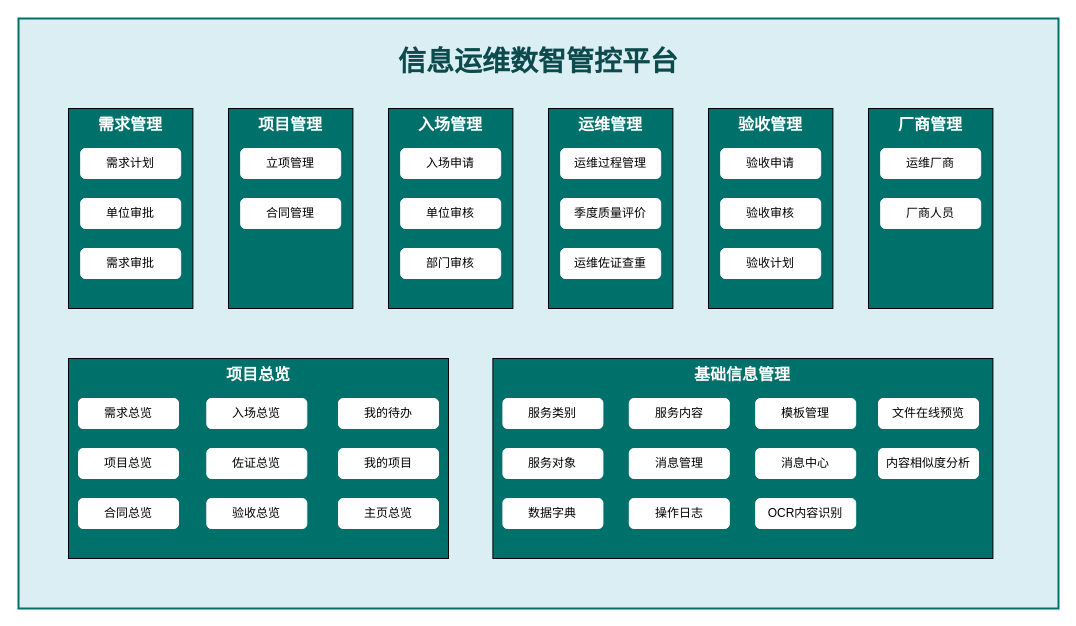
The draw.io diagram 信息运维应用架构.drawio in diaosinanshen/draw, before the edit. Source tidied: cells renumbered, new cells numbered last; positions are measured from the earlier drawing's top-left corner, leaving out a move shared by most shapes. Both pictures are drawn from the tidied source at 100%, with x=0, y=0 at pixel (18, 18).
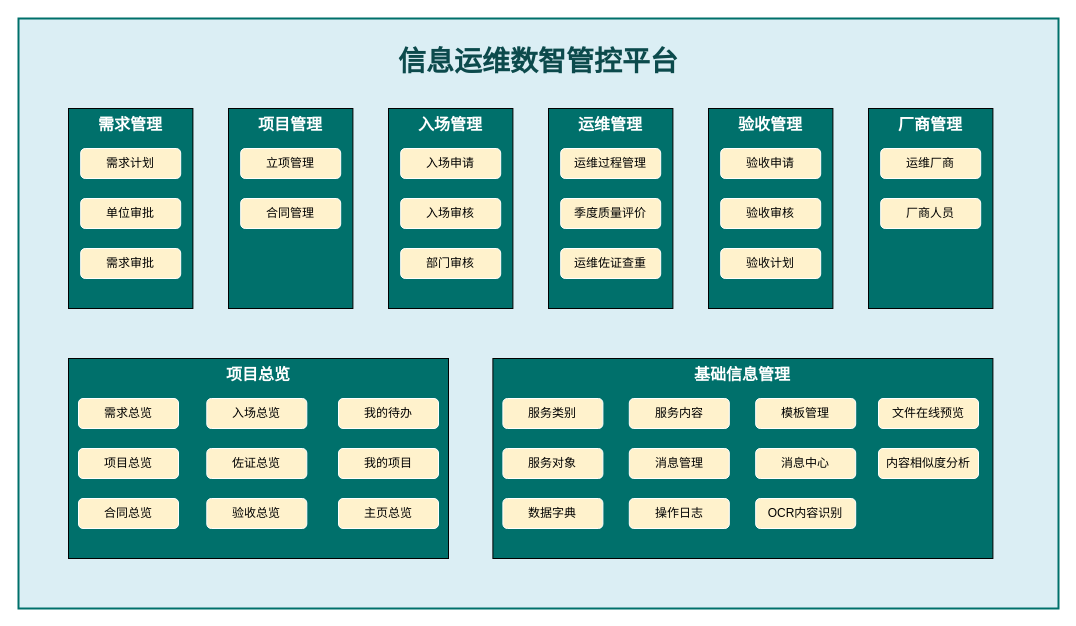
The same diagram, later.

Commit message:
更新信息运维应用架构.drawio

The edit, as a diff of the source:
```diff
@@
-    <mxCell id="4" value="需求总览" style="rounded=1;whiteSpace=wrap;html=1;strokeColor=#FFFFFF;" parent="1" vertex="1">
+    <mxCell id="4" value="需求总览" style="rounded=1;whiteSpace=wrap;html=1;strokeColor=#FFFFFF;fillColor=#FFF2CC;" parent="1" vertex="1">
       <mxGeometry x="60" y="380" width="100" height="30" as="geometry" />
     </mxCell>
-    <mxCell id="5" value="项目总览" style="rounded=1;whiteSpace=wrap;html=1;strokeColor=#FFFFFF;" parent="1" vertex="1">
+    <mxCell id="5" value="项目总览" style="rounded=1;whiteSpace=wrap;html=1;strokeColor=#FFFFFF;fillColor=#FFF2CC;" parent="1" vertex="1">
       <mxGeometry x="60" y="430" width="100" height="30" as="geometry" />
     </mxCell>
-    <mxCell id="6" value="合同总览" style="rounded=1;whiteSpace=wrap;html=1;strokeColor=#FFFFFF;" parent="1" vertex="1">
+    <mxCell id="6" value="合同总览" style="rounded=1;whiteSpace=wrap;html=1;strokeColor=#FFFFFF;fillColor=#FFF2CC;" parent="1" vertex="1">
       <mxGeometry x="60" y="480" width="100" height="30" as="geometry" />
     </mxCell>
-    <mxCell id="7" value="入场总览" style="rounded=1;whiteSpace=wrap;html=1;strokeColor=#FFFFFF;" parent="1" vertex="1">
+    <mxCell id="7" value="入场总览" style="rounded=1;whiteSpace=wrap;html=1;strokeColor=#FFFFFF;fillColor=#FFF2CC;" parent="1" vertex="1">
       <mxGeometry x="188.3" y="380" width="100" height="30" as="geometry" />
     </mxCell>
-    <mxCell id="8" value="佐证总览" style="rounded=1;whiteSpace=wrap;html=1;strokeColor=#FFFFFF;" parent="1" vertex="1">
+    <mxCell id="8" value="佐证总览" style="rounded=1;whiteSpace=wrap;html=1;strokeColor=#FFFFFF;fillColor=#FFF2CC;" parent="1" vertex="1">
       <mxGeometry x="188.3" y="430" width="100" height="30" as="geometry" />
     </mxCell>
-    <mxCell id="9" value="验收总览" style="rounded=1;whiteSpace=wrap;html=1;strokeColor=#FFFFFF;" parent="1" vertex="1">
+    <mxCell id="9" value="验收总览" style="rounded=1;whiteSpace=wrap;html=1;strokeColor=#FFFFFF;fillColor=#FFF2CC;" parent="1" vertex="1">
       <mxGeometry x="188.3" y="480" width="100" height="30" as="geometry" />
     </mxCell>
@@
-    <mxCell id="11" value="运维厂商" style="rounded=1;whiteSpace=wrap;html=1;strokeColor=#FFFFFF;" parent="1" vertex="1">
+    <mxCell id="11" value="运维厂商" style="rounded=1;whiteSpace=wrap;html=1;strokeColor=#FFFFFF;fillColor=#FFF2CC;" parent="1" vertex="1">
       <mxGeometry x="862.2" y="130" width="100" height="30" as="geometry" />
     </mxCell>
-    <mxCell id="12" value="厂商人员" style="rounded=1;whiteSpace=wrap;html=1;strokeColor=#FFFFFF;" parent="1" vertex="1">
+    <mxCell id="12" value="厂商人员" style="rounded=1;whiteSpace=wrap;html=1;strokeColor=#FFFFFF;fillColor=#FFF2CC;" parent="1" vertex="1">
       <mxGeometry x="862.2" y="180" width="100" height="30" as="geometry" />
     </mxCell>
@@
-    <mxCell id="14" value="服务类别" style="rounded=1;whiteSpace=wrap;html=1;strokeColor=#FFFFFF;" parent="1" vertex="1">
+    <mxCell id="14" value="服务类别" style="rounded=1;whiteSpace=wrap;html=1;strokeColor=#FFFFFF;fillColor=#FFF2CC;" parent="1" vertex="1">
       <mxGeometry x="484.4" y="380" width="100" height="30" as="geometry" />
     </mxCell>
-    <mxCell id="15" value="服务对象" style="rounded=1;whiteSpace=wrap;html=1;strokeColor=#FFFFFF;" parent="1" vertex="1">
+    <mxCell id="15" value="服务对象" style="rounded=1;whiteSpace=wrap;html=1;strokeColor=#FFFFFF;fillColor=#FFF2CC;" parent="1" vertex="1">
       <mxGeometry x="484.4" y="430" width="100" height="30" as="geometry" />
     </mxCell>
-    <mxCell id="16" value="数据字典" style="rounded=1;whiteSpace=wrap;html=1;strokeColor=#FFFFFF;" parent="1" vertex="1">
+    <mxCell id="16" value="数据字典" style="rounded=1;whiteSpace=wrap;html=1;strokeColor=#FFFFFF;fillColor=#FFF2CC;" parent="1" vertex="1">
       <mxGeometry x="484.4" y="480" width="100" height="30" as="geometry" />
     </mxCell>
-    <mxCell id="17" value="服务内容" style="rounded=1;whiteSpace=wrap;html=1;strokeColor=#FFFFFF;" parent="1" vertex="1">
+    <mxCell id="17" value="服务内容" style="rounded=1;whiteSpace=wrap;html=1;strokeColor=#FFFFFF;fillColor=#FFF2CC;" parent="1" vertex="1">
       <mxGeometry x="610.8" y="380" width="100" height="30" as="geometry" />
     </mxCell>
-    <mxCell id="18" value="消息管理" style="rounded=1;whiteSpace=wrap;html=1;strokeColor=#FFFFFF;" parent="1" vertex="1">
+    <mxCell id="18" value="消息管理" style="rounded=1;whiteSpace=wrap;html=1;strokeColor=#FFFFFF;fillColor=#FFF2CC;" parent="1" vertex="1">
       <mxGeometry x="610.8" y="430" width="100" height="30" as="geometry" />
     </mxCell>
-    <mxCell id="19" value="操作日志" style="rounded=1;whiteSpace=wrap;html=1;strokeColor=#FFFFFF;" parent="1" vertex="1">
+    <mxCell id="19" value="操作日志" style="rounded=1;whiteSpace=wrap;html=1;strokeColor=#FFFFFF;fillColor=#FFF2CC;" parent="1" vertex="1">
       <mxGeometry x="610.8" y="480" width="100" height="30" as="geometry" />
     </mxCell>
-    <mxCell id="20" value="模板管理" style="rounded=1;whiteSpace=wrap;html=1;strokeColor=#FFFFFF;" parent="1" vertex="1">
+    <mxCell id="20" value="模板管理" style="rounded=1;whiteSpace=wrap;html=1;strokeColor=#FFFFFF;fillColor=#FFF2CC;" parent="1" vertex="1">
       <mxGeometry x="737.2" y="380" width="100" height="30" as="geometry" />
     </mxCell>
-    <mxCell id="21" style="group;flipH=1;" parent="1" vertex="1">
+    <mxCell id="21" style="group;flipH=1;fillColor=#00706B;fontColor=#FFFFFF;" parent="1" vertex="1">
       <mxGeometry x="50" y="90" width="124.4" height="200" as="geometry" />
     </mxCell>
-    <mxCell id="22" value="需求管理" style="rounded=0;whiteSpace=wrap;html=1;verticalAlign=top;fontSize=16;fillColor=#00706B;fontColor=#FFFFFF;fontStyle=1;" parent="21" vertex="1">
+    <mxCell id="22" value="&lt;font color=&quot;#ffffff&quot;&gt;需求管理&lt;/font&gt;" style="rounded=0;whiteSpace=wrap;html=1;verticalAlign=top;fontSize=16;fillColor=#00706B;fontColor=#000000;fontStyle=1;" parent="21" vertex="1">
       <mxGeometry width="124.4" height="200" as="geometry" />
     </mxCell>
-    <mxCell id="23" value="需求计划" style="rounded=1;whiteSpace=wrap;html=1;strokeColor=#FFFFFF;" parent="21" vertex="1">
+    <mxCell id="23" value="需求计划" style="rounded=1;whiteSpace=wrap;html=1;strokeColor=#FFFFFF;fillColor=#FFF2CC;" parent="21" vertex="1">
       <mxGeometry x="12.2" y="40" width="100" height="30" as="geometry" />
     </mxCell>
-    <mxCell id="24" value="单位审批" style="rounded=1;whiteSpace=wrap;html=1;strokeColor=#FFFFFF;" parent="21" vertex="1">
+    <mxCell id="24" value="单位审批" style="rounded=1;whiteSpace=wrap;html=1;strokeColor=#FFFFFF;fillColor=#FFF2CC;" parent="21" vertex="1">
       <mxGeometry x="12.2" y="90" width="100" height="30" as="geometry" />
     </mxCell>
-    <mxCell id="25" value="需求审批" style="rounded=1;whiteSpace=wrap;html=1;strokeColor=#FFFFFF;" parent="21" vertex="1">
+    <mxCell id="25" value="需求审批" style="rounded=1;whiteSpace=wrap;html=1;strokeColor=#FFFFFF;fillColor=#FFF2CC;" parent="21" vertex="1">
       <mxGeometry x="12.2" y="140" width="100" height="30" as="geometry" />
     </mxCell>
-    <mxCell id="26" style="group;flipH=1;" parent="1" vertex="1">
+    <mxCell id="26" style="group;flipH=1;fillColor=#FFFFFF;fontColor=#000000;" parent="1" vertex="1">
       <mxGeometry x="210" y="90" width="124.4" height="200" as="geometry" />
     </mxCell>
@@
-    <mxCell id="28" value="立项管理" style="rounded=1;whiteSpace=wrap;html=1;strokeColor=#FFFFFF;" parent="26" vertex="1">
+    <mxCell id="28" value="立项管理" style="rounded=1;whiteSpace=wrap;html=1;strokeColor=#FFFFFF;fillColor=#FFF2CC;" parent="26" vertex="1">
       <mxGeometry x="12.2" y="40" width="100" height="30" as="geometry" />
     </mxCell>
-    <mxCell id="29" value="合同管理" style="rounded=1;whiteSpace=wrap;html=1;strokeColor=#FFFFFF;" parent="26" vertex="1">
+    <mxCell id="29" value="合同管理" style="rounded=1;whiteSpace=wrap;html=1;strokeColor=#FFFFFF;fillColor=#FFF2CC;" parent="26" vertex="1">
       <mxGeometry x="12.2" y="90" width="100" height="30" as="geometry" />
     </mxCell>
-    <mxCell id="30" style="group;flipH=1;" parent="1" vertex="1">
+    <mxCell id="30" style="group;flipH=1;fillColor=#FFFFFF;fontColor=#000000;" parent="1" vertex="1">
       <mxGeometry x="370" y="90" width="124.4" height="200" as="geometry" />
     </mxCell>
@@
-    <mxCell id="32" value="入场申请" style="rounded=1;whiteSpace=wrap;html=1;strokeColor=#FFFFFF;" parent="30" vertex="1">
+    <mxCell id="32" value="入场申请" style="rounded=1;whiteSpace=wrap;html=1;strokeColor=#FFFFFF;fillColor=#FFF2CC;" parent="30" vertex="1">
       <mxGeometry x="12.2" y="40" width="100" height="30" as="geometry" />
     </mxCell>
-    <mxCell id="33" value="单位审核" style="rounded=1;whiteSpace=wrap;html=1;strokeColor=#FFFFFF;" parent="30" vertex="1">
+    <mxCell id="33" value="入场审核" style="rounded=1;whiteSpace=wrap;html=1;strokeColor=#FFFFFF;fillColor=#FFF2CC;" parent="30" vertex="1">
       <mxGeometry x="12.2" y="90" width="100" height="30" as="geometry" />
     </mxCell>
-    <mxCell id="34" value="部门审核" style="rounded=1;whiteSpace=wrap;html=1;strokeColor=#FFFFFF;" parent="30" vertex="1">
+    <mxCell id="34" value="部门审核" style="rounded=1;whiteSpace=wrap;html=1;strokeColor=#FFFFFF;fillColor=#FFF2CC;" parent="30" vertex="1">
       <mxGeometry x="12.2" y="140" width="100" height="30" as="geometry" />
     </mxCell>
-    <mxCell id="35" style="group;flipH=1;" parent="1" vertex="1">
+    <mxCell id="35" style="group;flipH=1;fillColor=#FFFFFF;fontColor=#000000;" parent="1" vertex="1">
       <mxGeometry x="530" y="90" width="124.4" height="200" as="geometry" />
     </mxCell>
@@
-    <mxCell id="37" value="运维过程管理" style="rounded=1;whiteSpace=wrap;html=1;strokeColor=#FFFFFF;" parent="35" vertex="1">
+    <mxCell id="37" value="运维过程管理" style="rounded=1;whiteSpace=wrap;html=1;strokeColor=#FFFFFF;fillColor=#FFF2CC;" parent="35" vertex="1">
       <mxGeometry x="12.2" y="40" width="100" height="30" as="geometry" />
     </mxCell>
-    <mxCell id="38" value="季度质量评价" style="rounded=1;whiteSpace=wrap;html=1;strokeColor=#FFFFFF;" parent="35" vertex="1">
+    <mxCell id="38" value="季度质量评价" style="rounded=1;whiteSpace=wrap;html=1;strokeColor=#FFFFFF;fillColor=#FFF2CC;" parent="35" vertex="1">
       <mxGeometry x="12.2" y="90" width="100" height="30" as="geometry" />
     </mxCell>
-    <mxCell id="39" value="运维佐证查重" style="rounded=1;whiteSpace=wrap;html=1;strokeColor=#FFFFFF;" parent="35" vertex="1">
+    <mxCell id="39" value="运维佐证查重" style="rounded=1;whiteSpace=wrap;html=1;strokeColor=#FFFFFF;fillColor=#FFF2CC;" parent="35" vertex="1">
       <mxGeometry x="12.2" y="140" width="100" height="30" as="geometry" />
     </mxCell>
-    <mxCell id="40" style="group;flipH=1;" parent="1" vertex="1">
+    <mxCell id="40" style="group;flipH=1;fillColor=#FFFFFF;fontColor=#000000;" parent="1" vertex="1">
       <mxGeometry x="690" y="90" width="124.4" height="200" as="geometry" />
     </mxCell>
@@
-    <mxCell id="42" value="验收申请" style="rounded=1;whiteSpace=wrap;html=1;strokeColor=#FFFFFF;" parent="40" vertex="1">
+    <mxCell id="42" value="验收申请" style="rounded=1;whiteSpace=wrap;html=1;strokeColor=#FFFFFF;fillColor=#FFF2CC;" parent="40" vertex="1">
       <mxGeometry x="12.2" y="40" width="100" height="30" as="geometry" />
     </mxCell>
-    <mxCell id="43" value="验收审核" style="rounded=1;whiteSpace=wrap;html=1;strokeColor=#FFFFFF;" parent="40" vertex="1">
+    <mxCell id="43" value="验收审核" style="rounded=1;whiteSpace=wrap;html=1;strokeColor=#FFFFFF;fillColor=#FFF2CC;" parent="40" vertex="1">
       <mxGeometry x="12.2" y="90" width="100" height="30" as="geometry" />
     </mxCell>
-    <mxCell id="44" value="验收计划" style="rounded=1;whiteSpace=wrap;html=1;strokeColor=#FFFFFF;" parent="40" vertex="1">
+    <mxCell id="44" value="验收计划" style="rounded=1;whiteSpace=wrap;html=1;strokeColor=#FFFFFF;fillColor=#FFF2CC;" parent="40" vertex="1">
       <mxGeometry x="12.2" y="140" width="100" height="30" as="geometry" />
     </mxCell>
-    <mxCell id="45" value="我的待办" style="rounded=1;whiteSpace=wrap;html=1;strokeColor=#FFFFFF;" parent="1" vertex="1">
+    <mxCell id="45" value="我的待办" style="rounded=1;whiteSpace=wrap;html=1;strokeColor=#FFFFFF;fillColor=#FFF2CC;" parent="1" vertex="1">
       <mxGeometry x="320" y="380" width="100" height="30" as="geometry" />
     </mxCell>
-    <mxCell id="46" value="消息中心" style="rounded=1;whiteSpace=wrap;html=1;strokeColor=#FFFFFF;" parent="1" vertex="1">
+    <mxCell id="46" value="消息中心" style="rounded=1;whiteSpace=wrap;html=1;strokeColor=#FFFFFF;fillColor=#FFF2CC;" parent="1" vertex="1">
       <mxGeometry x="737.2" y="430" width="100" height="30" as="geometry" />
     </mxCell>
-    <mxCell id="47" value="主页总览" style="rounded=1;whiteSpace=wrap;html=1;strokeColor=#FFFFFF;" parent="1" vertex="1">
+    <mxCell id="47" value="主页总览" style="rounded=1;whiteSpace=wrap;html=1;strokeColor=#FFFFFF;fillColor=#FFF2CC;" parent="1" vertex="1">
       <mxGeometry x="320" y="480" width="100" height="30" as="geometry" />
     </mxCell>
-    <mxCell id="48" value="我的项目" style="rounded=1;whiteSpace=wrap;html=1;strokeColor=#FFFFFF;" parent="1" vertex="1">
+    <mxCell id="48" value="我的项目" style="rounded=1;whiteSpace=wrap;html=1;strokeColor=#FFFFFF;fillColor=#FFF2CC;" parent="1" vertex="1">
       <mxGeometry x="320" y="430" width="100" height="30" as="geometry" />
     </mxCell>
-    <mxCell id="49" value="OCR内容识别" style="rounded=1;whiteSpace=wrap;html=1;strokeColor=#FFFFFF;" parent="1" vertex="1">
+    <mxCell id="49" value="OCR内容识别" style="rounded=1;whiteSpace=wrap;html=1;strokeColor=#FFFFFF;fillColor=#FFF2CC;" parent="1" vertex="1">
       <mxGeometry x="737.2" y="480" width="100" height="30" as="geometry" />
     </mxCell>
-    <mxCell id="50" value="内容相似度分析" style="rounded=1;whiteSpace=wrap;html=1;strokeColor=#FFFFFF;" parent="1" vertex="1">
+    <mxCell id="50" value="内容相似度分析" style="rounded=1;whiteSpace=wrap;html=1;strokeColor=#FFFFFF;fillColor=#FFF2CC;" parent="1" vertex="1">
       <mxGeometry x="860" y="430" width="100" height="30" as="geometry" />
     </mxCell>
-    <mxCell id="51" value="文件在线预览" style="rounded=1;whiteSpace=wrap;html=1;strokeColor=#FFFFFF;" parent="1" vertex="1">
+    <mxCell id="51" value="文件在线预览" style="rounded=1;whiteSpace=wrap;html=1;strokeColor=#FFFFFF;fillColor=#FFF2CC;" parent="1" vertex="1">
       <mxGeometry x="860" y="380" width="100" height="30" as="geometry" />
     </mxCell>
```
